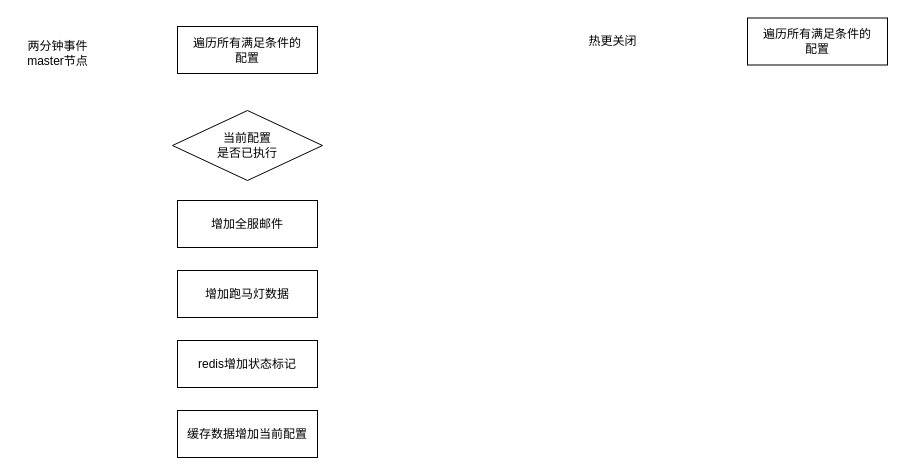
Above: SSJJ2/指定条件发全服邮件和跑马灯.drawio in Ordertiny/graph (draw.io), before the change. Source tidied: cells renumbered, new cells numbered last; positions are measured from the earlier drawing's top-left corner, leaving out a move shared by most shapes. Both pictures are drawn from the tidied source at 100%, with x=0, y=0 at pixel (17, 18).
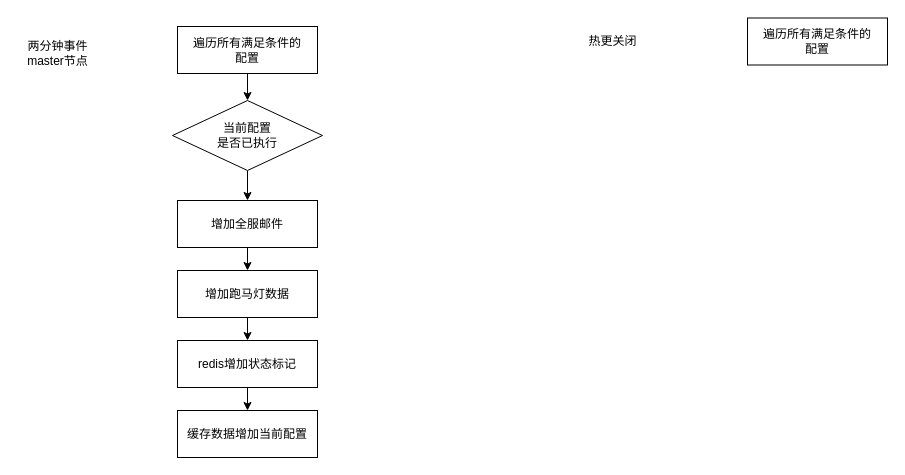
The same page after the edit.

Commit message (it also covers changes not shown here):
更新指定条件发全服邮件和跑马灯.drawio

What changed in the source:
```diff
@@
 <mxGraphModel>
   <root>
     <mxCell id="0" />
     <mxCell id="1" parent="0" />
+    <mxCell id="11" style="edgeStyle=orthogonalEdgeStyle;rounded=0;jettySize=auto;html=1;exitX=0.5;exitY=1;exitDx=0;exitDy=0;entryX=0.5;entryY=0;entryDx=0;entryDy=0;" parent="1" edge="1" source="2" target="4">
+      <mxGeometry relative="1" as="geometry" />
+    </mxCell>
     <mxCell id="2" value="遍历所有满足条件的&lt;div&gt;配置&lt;/div&gt;" style="rounded=0;whiteSpace=wrap;html=1;" parent="1" vertex="1">
       <mxGeometry x="160" y="8" width="140" height="47" as="geometry" />
     </mxCell>
     <mxCell id="3" value="两分钟事件&lt;div&gt;master节点&lt;/div&gt;" style="text;html=1;align=center;verticalAlign=middle;strokeColor=none;fillColor=none;" parent="1" vertex="1">
       <mxGeometry y="15" width="80" height="40" as="geometry" />
     </mxCell>
+    <mxCell id="12" style="edgeStyle=orthogonalEdgeStyle;rounded=0;jettySize=auto;html=1;exitX=0.5;exitY=1;exitDx=0;exitDy=0;" parent="1" edge="1" source="4" target="5">
+      <mxGeometry relative="1" as="geometry" />
+    </mxCell>
     <mxCell id="4" value="当前配置&lt;div&gt;是否已执行&lt;/div&gt;" style="rhombus;whiteSpace=wrap;html=1;" parent="1" vertex="1">
-      <mxGeometry x="155" y="92" width="150" height="70" as="geometry" />
+      <mxGeometry x="155" y="82" width="150" height="70" as="geometry" />
     </mxCell>
+    <mxCell id="13" style="edgeStyle=orthogonalEdgeStyle;rounded=0;jettySize=auto;html=1;exitX=0.5;exitY=1;exitDx=0;exitDy=0;" parent="1" edge="1" source="5" target="6">
+      <mxGeometry relative="1" as="geometry" />
+    </mxCell>
     <mxCell id="5" value="增加全服邮件" style="rounded=0;whiteSpace=wrap;html=1;" parent="1" vertex="1">
       <mxGeometry x="160" y="182" width="140" height="47" as="geometry" />
     </mxCell>
+    <mxCell id="14" style="edgeStyle=orthogonalEdgeStyle;rounded=0;jettySize=auto;html=1;" parent="1" edge="1" source="6" target="7">
+      <mxGeometry relative="1" as="geometry" />
+    </mxCell>
     <mxCell id="6" value="增加跑马灯数据" style="rounded=0;whiteSpace=wrap;html=1;" parent="1" vertex="1">
       <mxGeometry x="160" y="252" width="140" height="47" as="geometry" />
     </mxCell>
+    <mxCell id="15" style="edgeStyle=orthogonalEdgeStyle;rounded=0;jettySize=auto;html=1;exitX=0.5;exitY=1;exitDx=0;exitDy=0;" parent="1" edge="1" source="7" target="8">
+      <mxGeometry relative="1" as="geometry" />
+    </mxCell>
     <mxCell id="7" value="redis增加状态标记" style="rounded=0;whiteSpace=wrap;html=1;" parent="1" vertex="1">
       <mxGeometry x="160" y="322" width="140" height="47" as="geometry" />
     </mxCell>
     <mxCell id="8" value="缓存数据增加当前配置" style="rounded=0;whiteSpace=wrap;html=1;" parent="1" vertex="1">
       <mxGeometry x="160" y="392" width="140" height="47" as="geometry" />
     </mxCell>
     <mxCell id="9" value="热更关闭" style="text;html=1;align=center;verticalAlign=middle;strokeColor=none;fillColor=none;" parent="1" vertex="1">
       <mxGeometry x="560" y="8" width="70" height="30" as="geometry" />
     </mxCell>
     <mxCell id="10" value="遍历所有满足条件的&lt;div&gt;配置&lt;/div&gt;" style="rounded=0;whiteSpace=wrap;html=1;" parent="1" vertex="1">
       <mxGeometry x="730" y="-0.5" width="140" height="47" as="geometry" />
     </mxCell>
   </root>
 </mxGraphModel>
```
